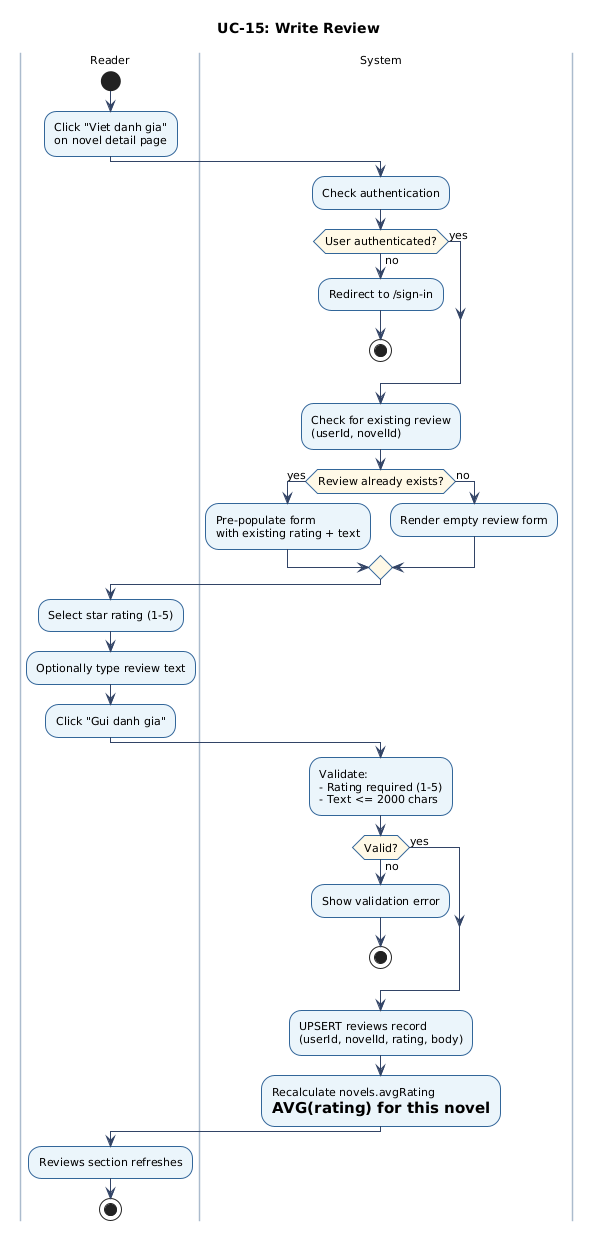
Above: docs/figures/uc-15-activity.png in chinhbmt122/Software-Architecture (PlantUML), before the change.
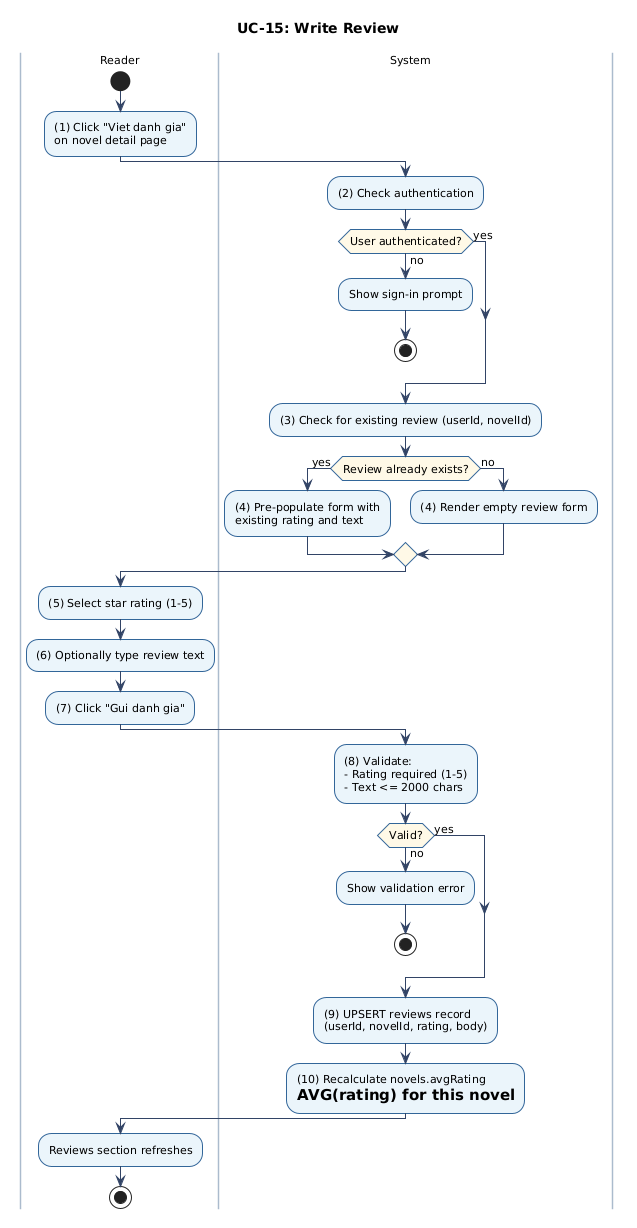
The same file after the commit.

The edit, as a diff of the source:
```diff
@@ -15,33 +15,33 @@
 title UC-15: Write Review
 |Reader|
 start
-:Click "Viet danh gia"\non novel detail page;
+:(1) Click "Viet danh gia"\non novel detail page;
 |System|
-:Check authentication;
+:(2) Check authentication;
 if (User authenticated?) then (no)
-  :Redirect to /sign-in;
+  :Show sign-in prompt;
   stop
 else (yes)
 endif
-:Check for existing review\n(userId, novelId);
+:(3) Check for existing review (userId, novelId);
 if (Review already exists?) then (yes)
-  :Pre-populate form\nwith existing rating + text;
+  :(4) Pre-populate form with\nexisting rating and text;
 else (no)
-  :Render empty review form;
+  :(4) Render empty review form;
 endif
 |Reader|
-:Select star rating (1-5);
-:Optionally type review text;
-:Click "Gui danh gia";
+:(5) Select star rating (1-5);
+:(6) Optionally type review text;
+:(7) Click "Gui danh gia";
 |System|
-:Validate:\n- Rating required (1-5)\n- Text <= 2000 chars;
+:(8) Validate:\n- Rating required (1-5)\n- Text <= 2000 chars;
 if (Valid?) then (no)
   :Show validation error;
   stop
 else (yes)
 endif
-:UPSERT reviews record\n(userId, novelId, rating, body);
-:Recalculate novels.avgRating\n= AVG(rating) for this novel;
+:(9) UPSERT reviews record\n(userId, novelId, rating, body);
+:(10) Recalculate novels.avgRating\n= AVG(rating) for this novel;
 |Reader|
 :Reviews section refreshes;
 stop
```
